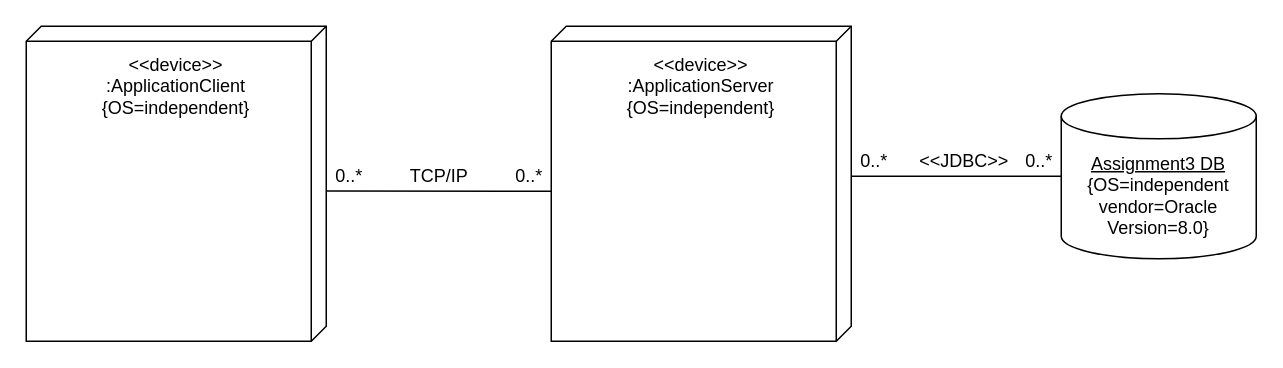
Before: UML/DeploymentDiagram.drawio in Sclafus/Ecommerce-Server, a draw.io diagram. Source tidied: cells renumbered, new cells numbered last; positions are measured from the earlier drawing's top-left corner, leaving out a move shared by most shapes. Both pictures are drawn from the tidied source at 150%, with x=0, y=0 at pixel (26, 26).
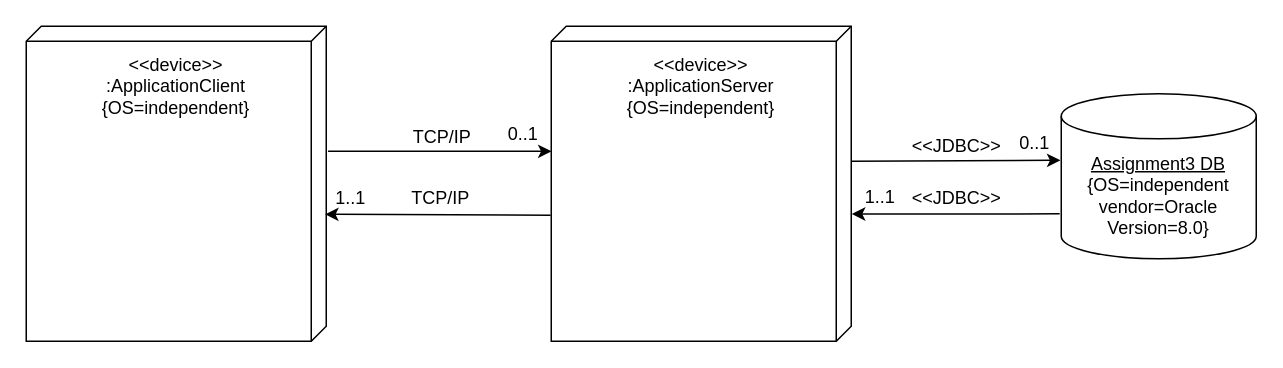
Above is the later version.

Commit message:
Updated deployment diagram

The change refers to these unchanged cells:
```xml
<mxCell id="3" value="&lt;u&gt;Assignment3 DB&lt;br&gt;&lt;/u&gt;{OS=independent&lt;br&gt;vendor=Oracle&lt;br&gt;Version=8.0}" style="shape=cylinder3;whiteSpace=wrap;html=1;boundedLbl=1;backgroundOutline=1;size=15;" parent="1" vertex="1">
  <mxGeometry x="690" y="45" width="130" height="110" as="geometry" />
</mxCell>
<mxCell id="6" style="verticalAlign=top;align=center;spacingTop=8;spacingLeft=2;spacingRight=12;shape=cube;size=10;direction=south;fontStyle=4;html=1;" parent="1" vertex="1">
  <mxGeometry x="350" width="200" height="210" as="geometry" />
</mxCell>
<mxCell id="9" style="verticalAlign=top;align=center;spacingTop=8;spacingLeft=2;spacingRight=12;shape=cube;size=10;direction=south;fontStyle=4;html=1;" parent="1" vertex="1">
  <mxGeometry width="200" height="210" as="geometry" />
</mxCell>
```

Change to the diagram source:
```diff
@@
-    <mxCell id="4" style="edgeStyle=none;rounded=0;jettySize=auto;html=1;exitX=0;exitY=0;exitDx=100;exitDy=0;exitPerimeter=0;entryX=0;entryY=0.5;entryDx=0;entryDy=0;entryPerimeter=0;endArrow=none;endFill=0;jumpStyle=arc;jumpSize=15;" parent="1" edge="1" source="6" target="3">
-      <mxGeometry relative="1" as="geometry" />
-    </mxCell>
-    <mxCell id="5" style="edgeStyle=orthogonalEdgeStyle;rounded=0;jumpStyle=arc;jumpSize=15;jettySize=auto;html=1;exitX=0;exitY=0;exitDx=110;exitDy=200;exitPerimeter=0;endArrow=none;endFill=0;" parent="1" edge="1" source="6">
-      <mxGeometry relative="1" as="geometry">
-        <mxPoint x="200" y="109.8" as="targetPoint" />
-      </mxGeometry>
-    </mxCell>
@@
     <mxCell id="8" value="&amp;lt;&amp;lt;JDBC&amp;gt;&amp;gt;" style="text;html=1;align=center;verticalAlign=middle;" parent="1" vertex="1">
-      <mxGeometry x="590" y="80" width="70" height="20" as="geometry" />
+      <mxGeometry x="585" y="70" width="70" height="20" as="geometry" />
     </mxCell>
@@
-    <mxCell id="11" value="0..*" style="text;html=1;align=center;verticalAlign=middle;" parent="1" vertex="1">
-      <mxGeometry x="320" y="90" width="30" height="20" as="geometry" />
+    <mxCell id="11" value="1..1" style="text;html=1;align=center;verticalAlign=middle;" parent="1" vertex="1">
+      <mxGeometry x="196" y="105" width="40" height="20" as="geometry" />
     </mxCell>
-    <mxCell id="12" value="0..*" style="text;html=1;align=center;verticalAlign=middle;" parent="1" vertex="1">
-      <mxGeometry x="200" y="90" width="30" height="20" as="geometry" />
+    <mxCell id="12" value="0..1" style="text;html=1;align=center;verticalAlign=middle;" parent="1" vertex="1">
+      <mxGeometry x="311" y="62" width="40" height="20" as="geometry" />
     </mxCell>
     <mxCell id="13" value="TCP/IP" style="text;html=1;align=center;verticalAlign=middle;" parent="1" vertex="1">
-      <mxGeometry x="250" y="90" width="50" height="20" as="geometry" />
+      <mxGeometry x="252" y="64" width="50" height="20" as="geometry" />
     </mxCell>
-    <mxCell id="14" value="0..*" style="text;html=1;align=center;verticalAlign=middle;" parent="1" vertex="1">
-      <mxGeometry x="550" y="80" width="30" height="20" as="geometry" />
+    <mxCell id="14" value="0..1" style="text;html=1;align=center;verticalAlign=middle;" parent="1" vertex="1">
+      <mxGeometry x="652" y="68" width="40" height="20" as="geometry" />
     </mxCell>
-    <mxCell id="15" value="0..*" style="text;html=1;align=center;verticalAlign=middle;" parent="1" vertex="1">
-      <mxGeometry x="660" y="80" width="30" height="20" as="geometry" />
+    <mxCell id="15" value="1..1" style="text;html=1;align=center;verticalAlign=middle;" parent="1" vertex="1">
+      <mxGeometry x="549" y="104" width="40" height="20" as="geometry" />
     </mxCell>
+    <mxCell id="16" style="endArrow=classic;html=1;exitX=0.397;exitY=-0.006;exitDx=0;exitDy=0;exitPerimeter=0;entryX=0.397;entryY=0.999;entryDx=0;entryDy=0;entryPerimeter=0;" parent="1" edge="1" source="9" target="6">
+      <mxGeometry relative="1" as="geometry" />
+    </mxCell>
+    <mxCell id="17" value="TCP/IP" style="text;html=1;align=center;verticalAlign=middle;" parent="1" vertex="1">
+      <mxGeometry x="251" y="105" width="50" height="20" as="geometry" />
+    </mxCell>
+    <mxCell id="18" style="endArrow=classic;html=1;exitX=0.6;exitY=1.002;exitDx=0;exitDy=0;exitPerimeter=0;entryX=0.597;entryY=0.004;entryDx=0;entryDy=0;entryPerimeter=0;" parent="1" edge="1" source="6" target="9">
+      <mxGeometry relative="1" as="geometry" />
+    </mxCell>
+    <mxCell id="19" style="endArrow=classic;html=1;exitX=0.397;exitY=-0.006;exitDx=0;exitDy=0;exitPerimeter=0;entryX=-0.004;entryY=0.403;entryDx=0;entryDy=0;entryPerimeter=0;" parent="1" edge="1" target="3">
+      <mxGeometry relative="1" as="geometry">
+        <mxPoint x="550" y="90" as="sourcePoint" />
+      </mxGeometry>
+    </mxCell>
+    <mxCell id="20" style="endArrow=classic;html=1;exitX=-0.008;exitY=0.728;exitDx=0;exitDy=0;exitPerimeter=0;entryX=0.596;entryY=-0.002;entryDx=0;entryDy=0;entryPerimeter=0;" parent="1" edge="1" source="3" target="6">
+      <mxGeometry relative="1" as="geometry" />
+    </mxCell>
+    <mxCell id="21" value="&amp;lt;&amp;lt;JDBC&amp;gt;&amp;gt;" style="text;html=1;align=center;verticalAlign=middle;" parent="1" vertex="1">
+      <mxGeometry x="585" y="105" width="70" height="20" as="geometry" />
+    </mxCell>
```
